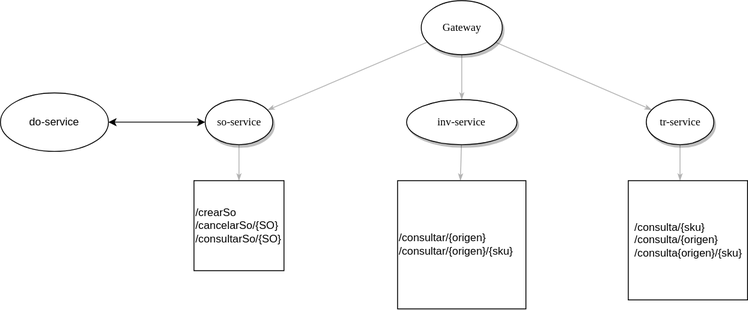
Before: Untitled Diagram.svg, a diagram exported from draw.io (erick12357/pruebaRest). Source tidied: cells renumbered, new cells last; positions are measured from the earlier drawing's top-left corner, leaving out a move shared by most shapes.
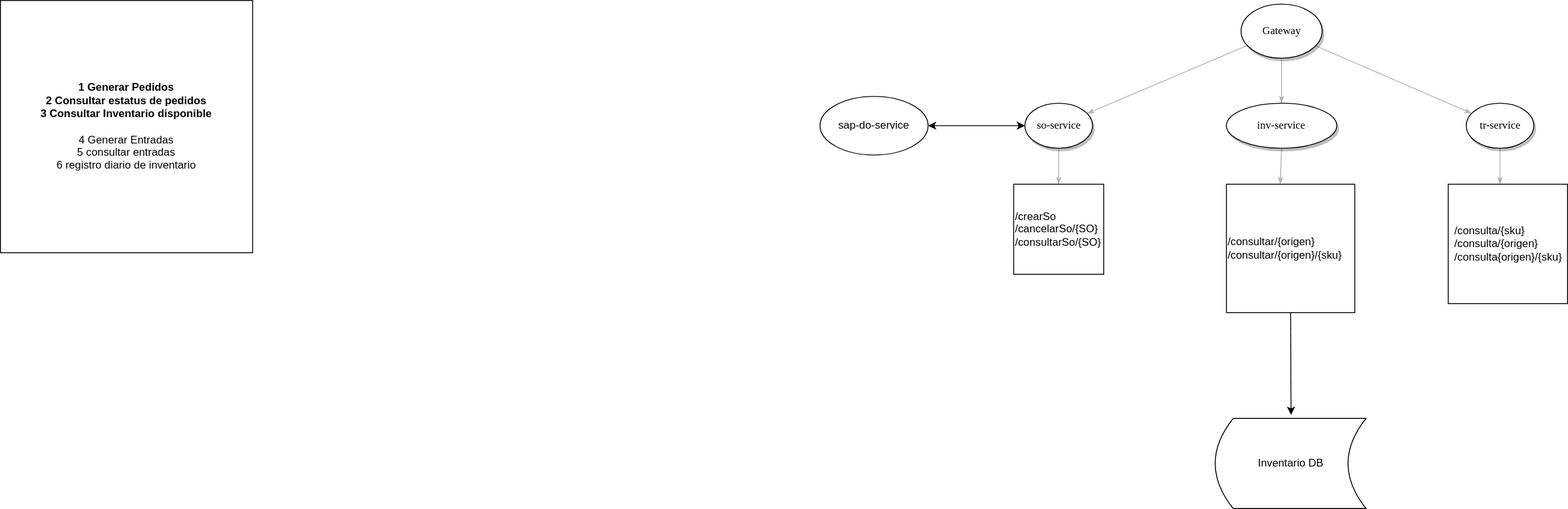
After the change.

What changed in the source:
```diff
@@ -42,9 +42,9 @@
       <mxGeometry x="215" y="200" width="100" height="100" as="geometry" />
     </mxCell>
     <mxCell id="13" value="/consultar/{origen}&lt;br&gt;/consultar/{origen}/{sku}" style="whiteSpace=wrap;html=1;align=left;" parent="1" vertex="1">
-      <mxGeometry x="441.2" y="200" width="142.5" height="142.5" as="geometry" />
+      <mxGeometry x="451.2" y="200" width="142.5" height="142.5" as="geometry" />
     </mxCell>
-    <mxCell id="14" value="do-service" style="ellipse;whiteSpace=wrap;html=1;" parent="1" vertex="1">
+    <mxCell id="14" value="sap-do-service" style="ellipse;whiteSpace=wrap;html=1;" parent="1" vertex="1">
       <mxGeometry y="102.5" width="120" height="65" as="geometry" />
     </mxCell>
     <mxCell id="15" value="&lt;div style=&quot;text-align: left&quot;&gt;&lt;span&gt;/consulta/{sku}&lt;/span&gt;&lt;/div&gt;&lt;div style=&quot;text-align: left&quot;&gt;&lt;span&gt;/consulta/{origen}&lt;/span&gt;&lt;/div&gt;&lt;div style=&quot;text-align: left&quot;&gt;&lt;span&gt;/consulta{origen}/{sku}&lt;/span&gt;&lt;/div&gt;" style="whiteSpace=wrap;html=1;" parent="1" vertex="1">
@@ -53,5 +53,16 @@
     <mxCell id="16" style="endArrow=classic;startArrow=classic;html=1;entryX=0;entryY=0.5;entryDx=0;entryDy=0;exitX=1;exitY=0.5;exitDx=0;exitDy=0;" parent="1" edge="1" source="14" target="11">
       <mxGeometry relative="1" as="geometry" />
     </mxCell>
+    <mxCell id="17" value="Inventario DB" style="shape=dataStorage;whiteSpace=wrap;html=1;fixedSize=1;" parent="1" vertex="1">
+      <mxGeometry x="438.8" y="460" width="167.5" height="100" as="geometry" />
+    </mxCell>
+    <mxCell id="18" value="&lt;b&gt;1 Generar Pedidos&lt;br&gt;2 Consultar estatus de pedidos&lt;br&gt;3 Consultar Inventario disponible&lt;br&gt;&lt;/b&gt;&lt;br&gt;4 Generar Entradas&lt;br&gt;5 consultar entradas&lt;br&gt;6 registro diario de inventario" style="whiteSpace=wrap;html=1;" parent="1" vertex="1">
+      <mxGeometry x="-910" y="-4" width="280" height="280" as="geometry" />
+    </mxCell>
+    <mxCell id="19" style="endArrow=classic;html=1;exitX=0.5;exitY=1;exitDx=0;exitDy=0;" parent="1" edge="1" source="13">
+      <mxGeometry relative="1" as="geometry">
+        <mxPoint x="523" y="456" as="targetPoint" />
+      </mxGeometry>
+    </mxCell>
   </root>
 </mxGraphModel>
```
